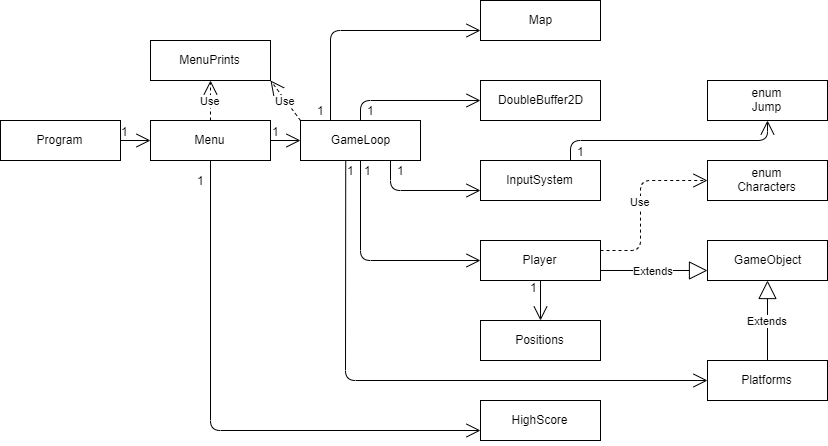
This is uml_proj2.png from StarryNight00/lp2_project2, a draw.io export, as it was before one commit. Source tidied: cells renumbered, new cells last; positions are measured from the earlier drawing's top-left corner, leaving out a move shared by most shapes.
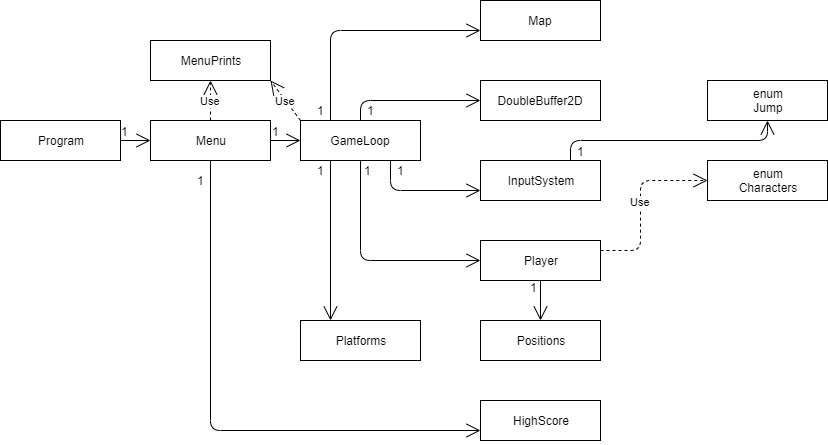
The same file after the commit.

Diff of the diagram source:
```diff
@@ -11,9 +11,6 @@
     <mxCell id="4" value="DoubleBuffer2D" style="rounded=0;whiteSpace=wrap;html=1;" parent="1" vertex="1">
       <mxGeometry x="480" y="80" width="120" height="40" as="geometry" />
     </mxCell>
-    <mxCell id="5" value="GameObject" style="rounded=0;whiteSpace=wrap;html=1;" parent="1" vertex="1">
-      <mxGeometry x="707" y="240" width="120" height="40" as="geometry" />
-    </mxCell>
     <mxCell id="6" value="InputSystem" style="rounded=0;whiteSpace=wrap;html=1;" parent="1" vertex="1">
       <mxGeometry x="480" y="160" width="120" height="40" as="geometry" />
     </mxCell>
@@ -21,7 +18,7 @@
       <mxGeometry x="150" y="120" width="120" height="40" as="geometry" />
     </mxCell>
     <mxCell id="8" value="Platforms" style="rounded=0;whiteSpace=wrap;html=1;" parent="1" vertex="1">
-      <mxGeometry x="707" y="360" width="120" height="40" as="geometry" />
+      <mxGeometry x="300" y="320" width="120" height="40" as="geometry" />
     </mxCell>
     <mxCell id="9" value="Player" style="rounded=0;whiteSpace=wrap;html=1;" parent="1" vertex="1">
       <mxGeometry x="480" y="240" width="120" height="40" as="geometry" />
@@ -35,9 +32,6 @@
     <mxCell id="12" value="1" style="text;html=1;align=center;verticalAlign=middle;" parent="1" vertex="1">
       <mxGeometry x="360" y="100" width="20" height="20" as="geometry" />
     </mxCell>
-    <mxCell id="13" value="Extends" style="endArrow=block;endSize=16;endFill=0;html=1;entryX=0;entryY=0.75;entryDx=0;entryDy=0;exitX=1;exitY=0.75;exitDx=0;exitDy=0;" parent="1" edge="1" source="9" target="5">
-      <mxGeometry relative="1" as="geometry" />
-    </mxCell>
     <mxCell id="14" style="endArrow=open;endFill=1;endSize=12;html=1;exitX=1;exitY=0;exitDx=0;exitDy=0;exitPerimeter=0;entryX=0;entryY=0.5;entryDx=0;entryDy=0;" parent="1" edge="1" target="9">
       <mxGeometry relative="1" as="geometry">
         <mxPoint x="360" y="160" as="sourcePoint" />
@@ -60,9 +54,6 @@
         </Array>
       </mxGeometry>
     </mxCell>
-    <mxCell id="17" value="Extends" style="endArrow=block;endSize=16;endFill=0;html=1;exitX=0.5;exitY=0;exitDx=0;exitDy=0;entryX=0.5;entryY=1;entryDx=0;entryDy=0;" parent="1" edge="1" source="8" target="5">
-      <mxGeometry relative="1" as="geometry" />
-    </mxCell>
     <mxCell id="18" style="endArrow=open;endFill=1;endSize=12;html=1;exitX=1;exitY=0.5;exitDx=0;exitDy=0;entryX=0;entryY=0.5;entryDx=0;entryDy=0;" parent="1" edge="1" source="3" target="7">
       <mxGeometry relative="1" as="geometry" />
     </mxCell>
@@ -101,15 +92,11 @@
     <mxCell id="27" value="1" style="text;html=1;align=center;verticalAlign=middle;" parent="1" vertex="1">
       <mxGeometry x="310" y="100" width="20" height="20" as="geometry" />
     </mxCell>
-    <mxCell id="28" style="endArrow=open;endFill=1;endSize=12;html=1;exitX=0.377;exitY=1.011;exitDx=0;exitDy=0;exitPerimeter=0;entryX=0;entryY=0.5;entryDx=0;entryDy=0;" parent="1" edge="1" source="2" target="8">
-      <mxGeometry relative="1" as="geometry">
-        <Array as="points">
-          <mxPoint x="345" y="380" />
-        </Array>
-      </mxGeometry>
+    <mxCell id="28" style="endArrow=open;endFill=1;endSize=12;html=1;exitX=0.25;exitY=1;exitDx=0;exitDy=0;entryX=0.25;entryY=0;entryDx=0;entryDy=0;" parent="1" edge="1" source="2" target="8">
+      <mxGeometry relative="1" as="geometry" />
     </mxCell>
     <mxCell id="29" value="1" style="text;html=1;align=center;verticalAlign=middle;" parent="1" vertex="1">
-      <mxGeometry x="340" y="160" width="20" height="20" as="geometry" />
+      <mxGeometry x="310" y="160" width="20" height="20" as="geometry" />
     </mxCell>
     <mxCell id="30" value="1" style="text;html=1;align=center;verticalAlign=middle;" parent="1" vertex="1">
       <mxGeometry x="390" y="160" width="20" height="20" as="geometry" />
```
